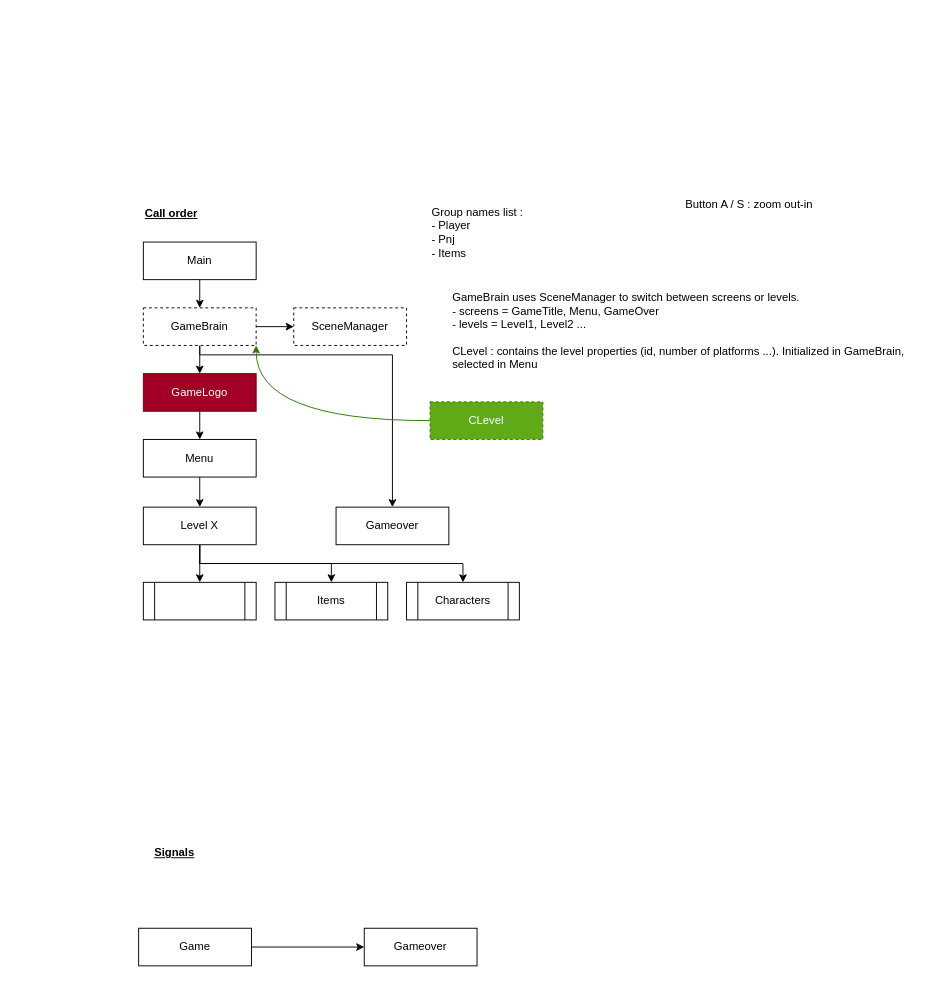
cvionnet/Godot-Shoot-em-up keeps this draw.io diagram as page "Main" (4 of 7) of documents/README.drawio. Above is the earlier version. Source tidied: cells renumbered, new cells numbered last; positions are measured from the earlier drawing's top-left corner, leaving out a move shared by most shapes. Both pictures are drawn from the tidied source at 94%, with x=0, y=0 at pixel (138, 190).
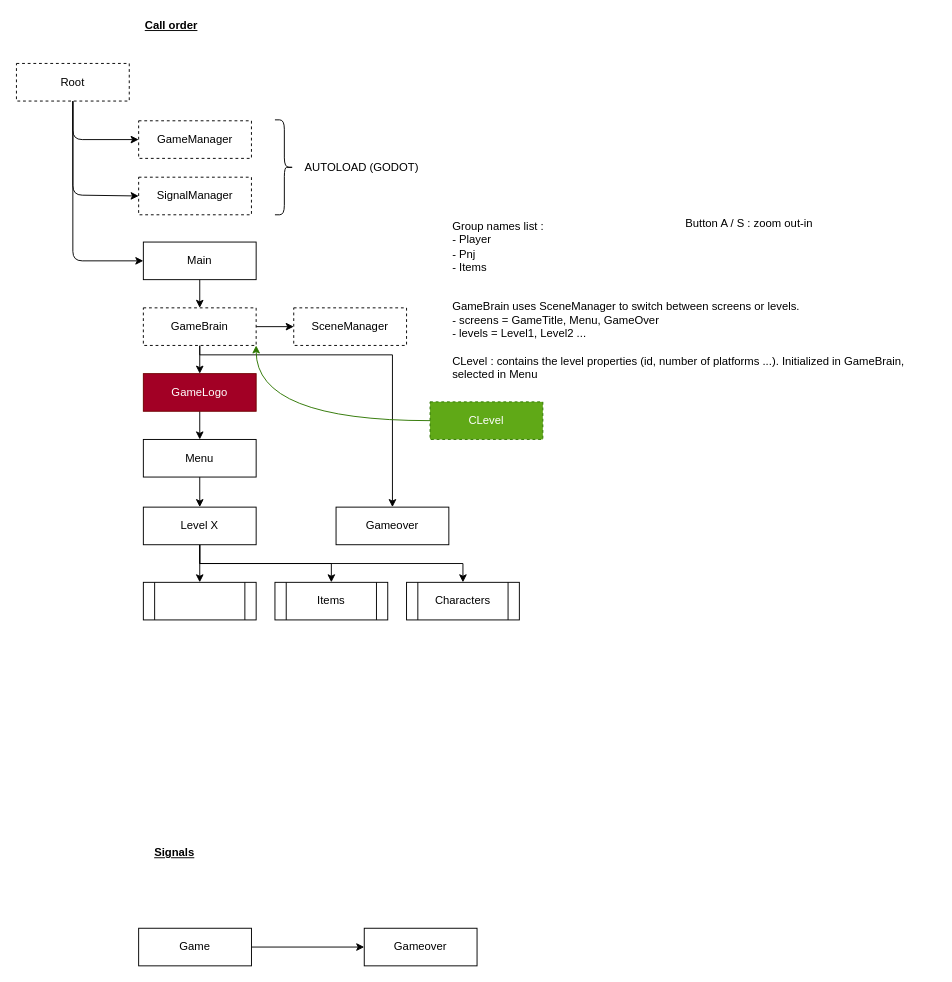
After the change.

Unchanged cells that the change refers to:
```xml
<mxCell id="15" value="Main" style="rounded=0;whiteSpace=wrap;html=1;" parent="1" vertex="1">
  <mxGeometry x="5" y="55" width="120" height="40" as="geometry" />
</mxCell>
```

The edit, as a diff of the source:
```diff
@@
     <mxCell id="11" value="Call order" style="text;html=1;strokeColor=none;fillColor=none;align=left;verticalAlign=middle;whiteSpace=wrap;rounded=0;dashed=1;fontStyle=5;" parent="1" vertex="1">
-      <mxGeometry x="5" y="15" width="140" height="20" as="geometry" />
+      <mxGeometry x="5" y="-185" width="140" height="20" as="geometry" />
     </mxCell>
@@
     <mxCell id="17" value="&lt;span style=&quot;font-style: normal&quot;&gt;Button A / S : zoom out-in&lt;/span&gt;" style="text;html=1;strokeColor=none;fillColor=none;align=left;verticalAlign=middle;whiteSpace=wrap;rounded=0;dashed=1;fontStyle=2;" parent="1" vertex="1">
-      <mxGeometry x="580" y="5" width="220" height="20" as="geometry" />
+      <mxGeometry x="580" y="25" width="220" height="20" as="geometry" />
     </mxCell>
@@
     <mxCell id="20" value="&lt;span style=&quot;font-style: normal&quot;&gt;Group names list :&lt;/span&gt;&lt;br&gt;&lt;span style=&quot;font-style: normal&quot;&gt;- Player&lt;br&gt;&lt;/span&gt;&lt;span style=&quot;font-style: normal&quot;&gt;- Pnj&lt;br&gt;&lt;/span&gt;&lt;span style=&quot;font-style: normal&quot;&gt;- Items&lt;/span&gt;&lt;span style=&quot;font-style: normal&quot;&gt;&lt;br&gt;&lt;/span&gt;" style="text;html=1;strokeColor=none;fillColor=none;align=left;verticalAlign=middle;whiteSpace=wrap;rounded=0;dashed=1;fontStyle=2;" parent="1" vertex="1">
-      <mxGeometry x="310" width="220" height="90" as="geometry" />
+      <mxGeometry x="332" y="15" width="220" height="90" as="geometry" />
     </mxCell>
@@
     <mxCell id="24" value="&lt;span style=&quot;font-style: normal&quot;&gt;GameBrain uses SceneManager to switch between screens or levels.&lt;br&gt;- screens = GameTitle, Menu, GameOver&lt;br&gt;- levels = Level1,&amp;nbsp;&lt;/span&gt;&lt;span style=&quot;font-style: normal&quot;&gt;Level2 ...&lt;/span&gt;&lt;span style=&quot;font-style: normal&quot;&gt;&lt;br&gt;&lt;br&gt;CLevel : contains the level properties (id, number of platforms ...). Initialized in GameBrain, selected in Menu&lt;/span&gt;&lt;span style=&quot;font-style: normal&quot;&gt;&lt;br&gt;&lt;/span&gt;" style="text;html=1;strokeColor=none;fillColor=none;align=left;verticalAlign=middle;whiteSpace=wrap;rounded=0;dashed=1;fontStyle=2;" parent="1" vertex="1">
-      <mxGeometry x="332" y="105" width="516" height="90" as="geometry" />
+      <mxGeometry x="332" y="115" width="516" height="90" as="geometry" />
     </mxCell>
@@
+    <mxCell id="31" value="GameManager" style="rounded=0;whiteSpace=wrap;html=1;dashed=1;" parent="1" vertex="1">
+      <mxGeometry y="-74" width="120" height="40" as="geometry" />
+    </mxCell>
+    <mxCell id="32" style="edgeStyle=none;html=1;exitX=0.5;exitY=1;exitDx=0;exitDy=0;entryX=0;entryY=0.5;entryDx=0;entryDy=0;" parent="1" edge="1" source="35" target="31">
+      <mxGeometry relative="1" as="geometry">
+        <Array as="points">
+          <mxPoint x="-70" y="-54" />
+        </Array>
+      </mxGeometry>
+    </mxCell>
+    <mxCell id="33" style="edgeStyle=none;html=1;exitX=0.5;exitY=1;exitDx=0;exitDy=0;entryX=0;entryY=0.5;entryDx=0;entryDy=0;" parent="1" edge="1" source="35" target="36">
+      <mxGeometry relative="1" as="geometry">
+        <Array as="points">
+          <mxPoint x="-70" y="5" />
+        </Array>
+      </mxGeometry>
+    </mxCell>
+    <mxCell id="34" style="edgeStyle=none;html=1;exitX=0.5;exitY=1;exitDx=0;exitDy=0;entryX=0;entryY=0.5;entryDx=0;entryDy=0;" parent="1" edge="1" source="35" target="15">
+      <mxGeometry relative="1" as="geometry">
+        <Array as="points">
+          <mxPoint x="-70" y="75" />
+        </Array>
+      </mxGeometry>
+    </mxCell>
+    <mxCell id="35" value="Root" style="rounded=0;whiteSpace=wrap;html=1;dashed=1;" parent="1" vertex="1">
+      <mxGeometry x="-130" y="-135" width="120" height="40" as="geometry" />
+    </mxCell>
+    <mxCell id="36" value="SignalManager" style="rounded=0;whiteSpace=wrap;html=1;dashed=1;" parent="1" vertex="1">
+      <mxGeometry y="-14" width="120" height="40" as="geometry" />
+    </mxCell>
+    <mxCell id="37" style="shape=curlyBracket;whiteSpace=wrap;html=1;rounded=1;flipH=1;labelPosition=right;verticalLabelPosition=middle;align=left;verticalAlign=middle;" parent="1" vertex="1">
+      <mxGeometry x="145" y="-75" width="20" height="101" as="geometry" />
+    </mxCell>
+    <mxCell id="38" value="&lt;span style=&quot;font-style: normal; text-align: center;&quot;&gt;AUTOLOAD (GODOT)&lt;/span&gt;&lt;span style=&quot;font-style: normal&quot;&gt;&lt;br&gt;&lt;/span&gt;" style="text;html=1;strokeColor=none;fillColor=none;align=left;verticalAlign=middle;whiteSpace=wrap;rounded=0;dashed=1;fontStyle=2;" parent="1" vertex="1">
+      <mxGeometry x="175" y="-42.2" width="220" height="35.5" as="geometry" />
+    </mxCell>
```
